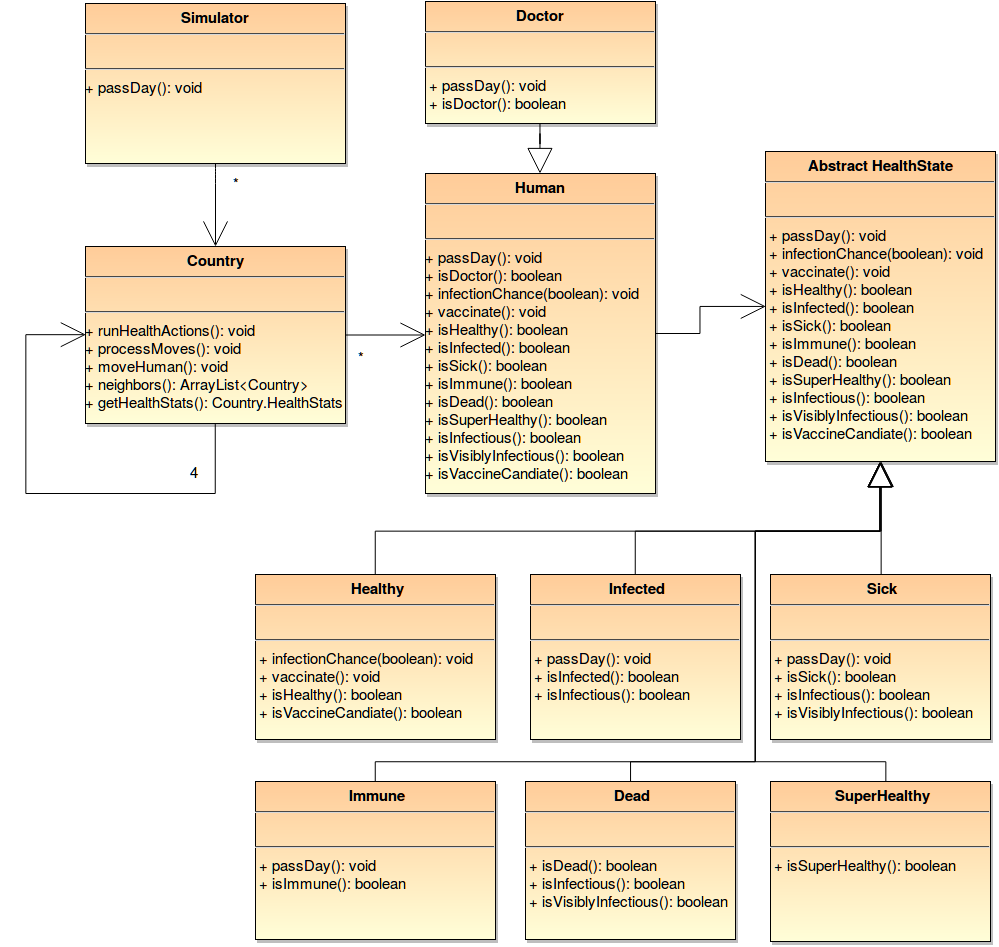
Before: doc/Model.png, a diagram exported from draw.io (kivanccakmak/CS534-kivanccakmak-okanpalaz). Source tidied: cells renumbered, new cells last; positions are measured from the earlier drawing's top-left corner, leaving out a move shared by most shapes.
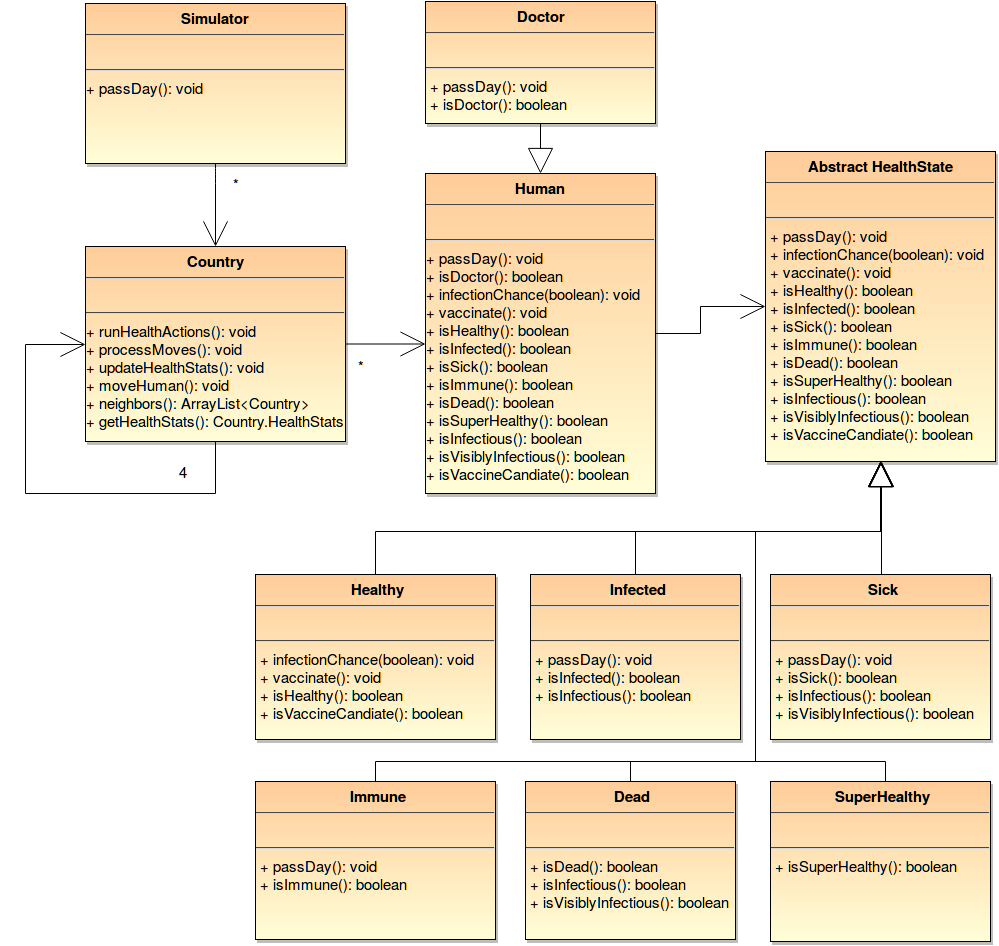
The same file after the commit.

Commit message:
Update model uml

Diff of the diagram source:
```diff
@@ -16,8 +16,8 @@
     <mxCell id="4" value="*" style="text;html=1;align=center;verticalAlign=middle;labelBackgroundColor=#ffffff;fontFamily=Helvetica;fontSize=15;" parent="3" vertex="1">
       <mxGeometry x="-0.62" y="-22" relative="1" as="geometry" />
     </mxCell>
-    <mxCell id="5" value="&lt;p style=&quot;margin: 0px ; margin-top: 4px ; text-align: center&quot;&gt;&lt;strong&gt;Country&lt;/strong&gt;&lt;/p&gt;&lt;hr&gt;&lt;p style=&quot;margin: 0px ; margin-left: 4px&quot;&gt;&lt;br&gt;&lt;/p&gt;&lt;hr&gt;+ runHealthActions(): void&lt;br&gt;+ processMoves(): void&lt;br&gt;+ moveHuman(): void&lt;br&gt;+ neighbors(): ArrayList&amp;lt;Country&amp;gt;&lt;br&gt;+ getHealthStats(): Country.HealthStats&lt;br&gt;" style="shadow=1;fillColor=#FFCC99;gradientColor=#FFFED8;verticalAlign=top;align=left;overflow=fill;fontSize=15;fontFamily=Helvetica;html=1;" parent="1" vertex="1">
-      <mxGeometry x="60" y="245" width="260" height="177" as="geometry" />
+    <mxCell id="5" value="&lt;p style=&quot;margin: 0px ; margin-top: 4px ; text-align: center&quot;&gt;&lt;strong&gt;Country&lt;/strong&gt;&lt;/p&gt;&lt;hr&gt;&lt;p style=&quot;margin: 0px ; margin-left: 4px&quot;&gt;&lt;br&gt;&lt;/p&gt;&lt;hr&gt;+ runHealthActions(): void&lt;br&gt;+ processMoves(): void&lt;br&gt;+ updateHealthStats(): void&lt;br&gt;+ moveHuman(): void&lt;br&gt;+ neighbors(): ArrayList&amp;lt;Country&amp;gt;&lt;br&gt;+ getHealthStats(): Country.HealthStats&lt;br&gt;&lt;br&gt;" style="shadow=1;fillColor=#FFCC99;gradientColor=#FFFED8;verticalAlign=top;align=left;overflow=fill;fontSize=15;fontFamily=Helvetica;html=1;" parent="1" vertex="1">
+      <mxGeometry x="60" y="245" width="260" height="195" as="geometry" />
     </mxCell>
     <mxCell id="6" style="edgeStyle=orthogonalEdgeStyle;rounded=0;html=1;startArrow=none;startFill=0;jettySize=auto;entryX=0;entryY=0.5;endArrow=open;endFill=0;endSize=23;sourcePerimeterSpacing=0;startSize=23;fontFamily=Helvetica;fontSize=15;" parent="1" edge="1" source="9" target="14">
       <mxGeometry relative="1" as="geometry" />
@@ -130,7 +130,7 @@
         <Array as="points">
           <mxPoint x="190" y="492" />
           <mxPoint y="492" />
-          <mxPoint y="333" />
+          <mxPoint y="343" />
         </Array>
       </mxGeometry>
     </mxCell>
```
